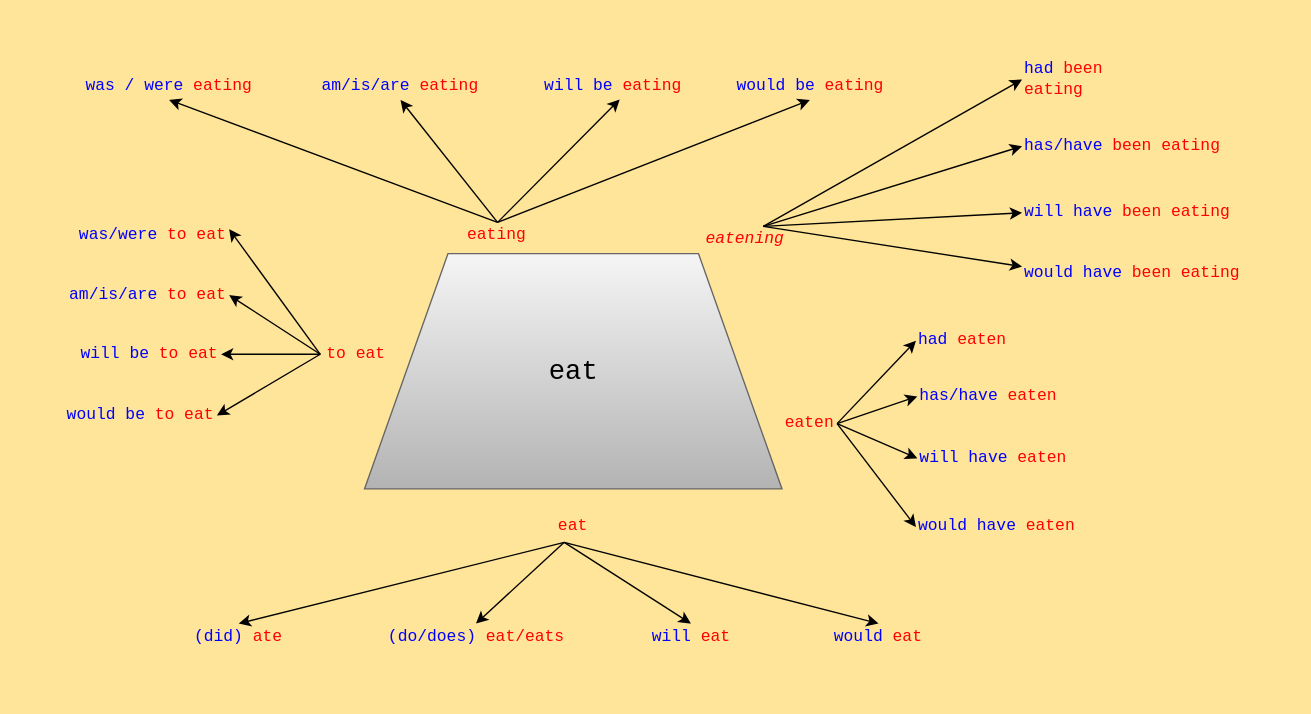
Above: English Grammer.drawio in zxfrocket/diagram (draw.io), before the change. Source tidied: cells renumbered, new cells numbered last; positions are measured from the earlier drawing's top-left corner, leaving out a move shared by most shapes. Both pictures are drawn from the tidied source at 136%, with x=0, y=0 at pixel (23, 65).
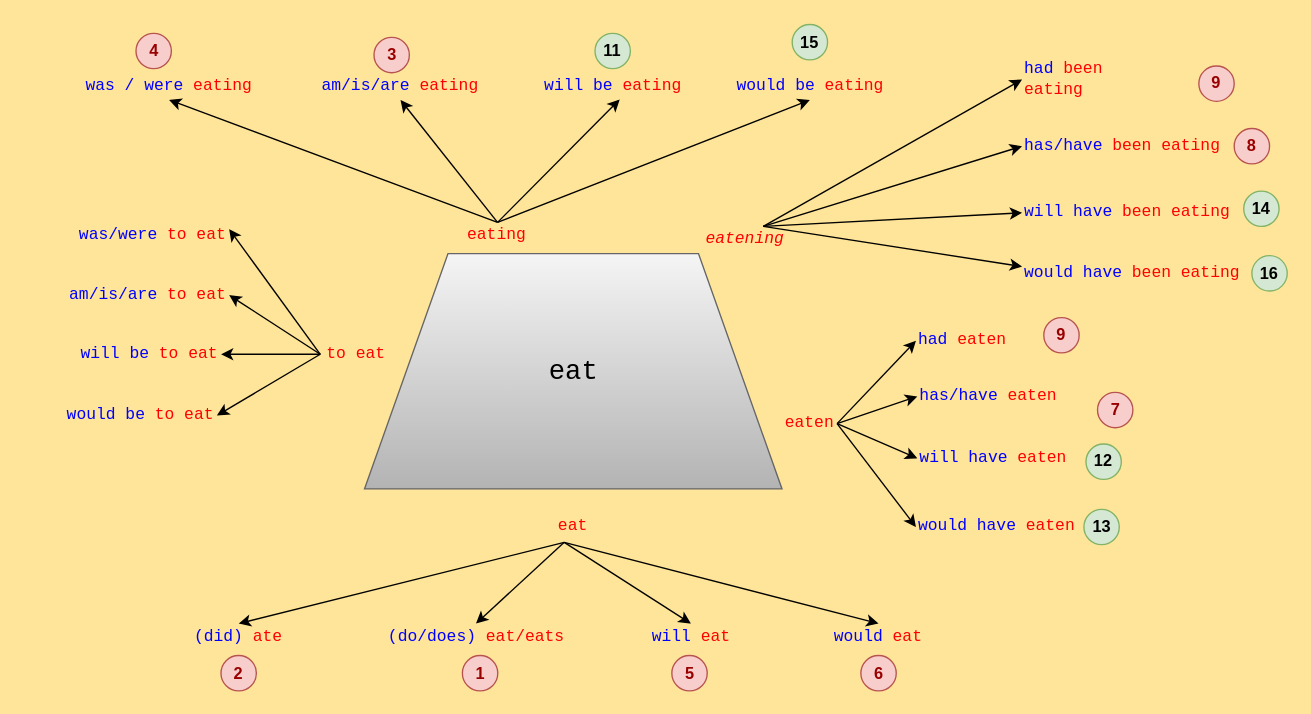
Above is the later version.

Diff of the diagram source:
```diff
@@
+    <mxCell id="49" value="2" style="ellipse;whiteSpace=wrap;html=1;fillColor=#f8cecc;strokeColor=#b85450;fontStyle=1;fontColor=#990000;" parent="1" vertex="1">
+      <mxGeometry x="145" y="433.5" width="26" height="26" as="geometry" />
+    </mxCell>
+    <mxCell id="50" value="1" style="ellipse;whiteSpace=wrap;html=1;fillColor=#f8cecc;strokeColor=#b85450;fontStyle=1;fontColor=#990000;" parent="1" vertex="1">
+      <mxGeometry x="322.5" y="433.5" width="26" height="26" as="geometry" />
+    </mxCell>
+    <mxCell id="51" value="5" style="ellipse;whiteSpace=wrap;html=1;fillColor=#f8cecc;strokeColor=#b85450;fontStyle=1;fontColor=#990000;" parent="1" vertex="1">
+      <mxGeometry x="476.5" y="433.5" width="26" height="26" as="geometry" />
+    </mxCell>
+    <mxCell id="52" value="6" style="ellipse;whiteSpace=wrap;html=1;fillColor=#f8cecc;strokeColor=#b85450;fontStyle=1;fontColor=#990000;" parent="1" vertex="1">
+      <mxGeometry x="615.5" y="433.5" width="26" height="26" as="geometry" />
+    </mxCell>
+    <mxCell id="53" value="3" style="ellipse;whiteSpace=wrap;html=1;fillColor=#f8cecc;strokeColor=#b85450;fontStyle=1;fontColor=#990000;" parent="1" vertex="1">
+      <mxGeometry x="257.5" y="-21" width="26" height="26" as="geometry" />
+    </mxCell>
+    <mxCell id="54" value="4" style="ellipse;whiteSpace=wrap;html=1;fillColor=#f8cecc;strokeColor=#b85450;fontStyle=1;fontColor=#990000;" parent="1" vertex="1">
+      <mxGeometry x="82.5" y="-24" width="26" height="26" as="geometry" />
+    </mxCell>
+    <mxCell id="55" value="8" style="ellipse;whiteSpace=wrap;html=1;fillColor=#f8cecc;strokeColor=#b85450;fontStyle=1;fontColor=#990000;" parent="1" vertex="1">
+      <mxGeometry x="890" y="46" width="26" height="26" as="geometry" />
+    </mxCell>
+    <mxCell id="56" value="9" style="ellipse;whiteSpace=wrap;html=1;fillColor=#f8cecc;strokeColor=#b85450;fontStyle=1;fontColor=#990000;" parent="1" vertex="1">
+      <mxGeometry x="750" y="185" width="26" height="26" as="geometry" />
+    </mxCell>
+    <mxCell id="57" value="9" style="ellipse;whiteSpace=wrap;html=1;fillColor=#f8cecc;strokeColor=#b85450;fontStyle=1;fontColor=#990000;" parent="1" vertex="1">
+      <mxGeometry x="864" width="26" height="26" as="geometry" />
+    </mxCell>
+    <mxCell id="58" value="11" style="ellipse;whiteSpace=wrap;html=1;fillColor=#d5e8d4;strokeColor=#82b366;fontStyle=1;" parent="1" vertex="1">
+      <mxGeometry x="420" y="-24" width="26" height="26" as="geometry" />
+    </mxCell>
+    <mxCell id="59" value="12" style="ellipse;whiteSpace=wrap;html=1;fillColor=#d5e8d4;strokeColor=#82b366;fontStyle=1;" parent="1" vertex="1">
+      <mxGeometry x="781" y="278" width="26" height="26" as="geometry" />
+    </mxCell>
+    <mxCell id="60" value="14" style="ellipse;whiteSpace=wrap;html=1;fillColor=#d5e8d4;strokeColor=#82b366;fontStyle=1;" parent="1" vertex="1">
+      <mxGeometry x="897" y="92" width="26" height="26" as="geometry" />
+    </mxCell>
+    <mxCell id="61" value="13" style="ellipse;whiteSpace=wrap;html=1;fillColor=#d5e8d4;strokeColor=#82b366;fontStyle=1;" parent="1" vertex="1">
+      <mxGeometry x="779.5" y="326" width="26" height="26" as="geometry" />
+    </mxCell>
+    <mxCell id="62" value="7" style="ellipse;whiteSpace=wrap;html=1;fillColor=#f8cecc;strokeColor=#b85450;fontStyle=1;fontColor=#990000;" parent="1" vertex="1">
+      <mxGeometry x="789.5" y="240" width="26" height="26" as="geometry" />
+    </mxCell>
+    <mxCell id="63" value="15" style="ellipse;whiteSpace=wrap;html=1;fillColor=#d5e8d4;strokeColor=#82b366;fontStyle=1;" parent="1" vertex="1">
+      <mxGeometry x="565" y="-30.5" width="26" height="26" as="geometry" />
+    </mxCell>
+    <mxCell id="64" value="16" style="ellipse;whiteSpace=wrap;html=1;fillColor=#d5e8d4;strokeColor=#82b366;fontStyle=1;" parent="1" vertex="1">
+      <mxGeometry x="903" y="139.5" width="26" height="26" as="geometry" />
+    </mxCell>
```
